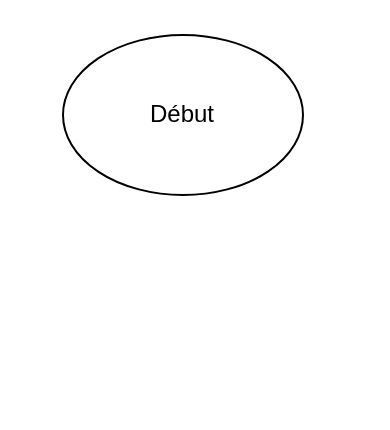
Before: Diagrammes/Algo_A4.drawio in Marius220707/Chaine_info, a draw.io diagram. Source tidied: cells renumbered, new cells numbered last; positions are measured from the earlier drawing's top-left corner, leaving out a move shared by most shapes. Both pictures are drawn from the tidied source at 200%, with x=0, y=0 at pixel (62, 34).
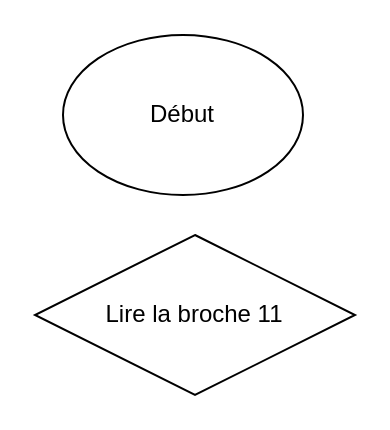
After the change.

Commit message:
Mettre à jour Algo_A4.drawio

Diff of the diagram source:
```diff
@@
 <mxGraphModel>
   <root>
     <mxCell id="0" />
     <mxCell id="1" parent="0" />
     <mxCell id="2" value="Début" style="ellipse;whiteSpace=wrap;html=1;" parent="1" vertex="1">
       <mxGeometry width="120" height="80" as="geometry" />
     </mxCell>
+    <mxCell id="3" value="Lire la broche 11" style="rhombus;whiteSpace=wrap;html=1;" parent="1" vertex="1">
+      <mxGeometry x="-14" y="100" width="160" height="80" as="geometry" />
+    </mxCell>
   </root>
 </mxGraphModel>
```
